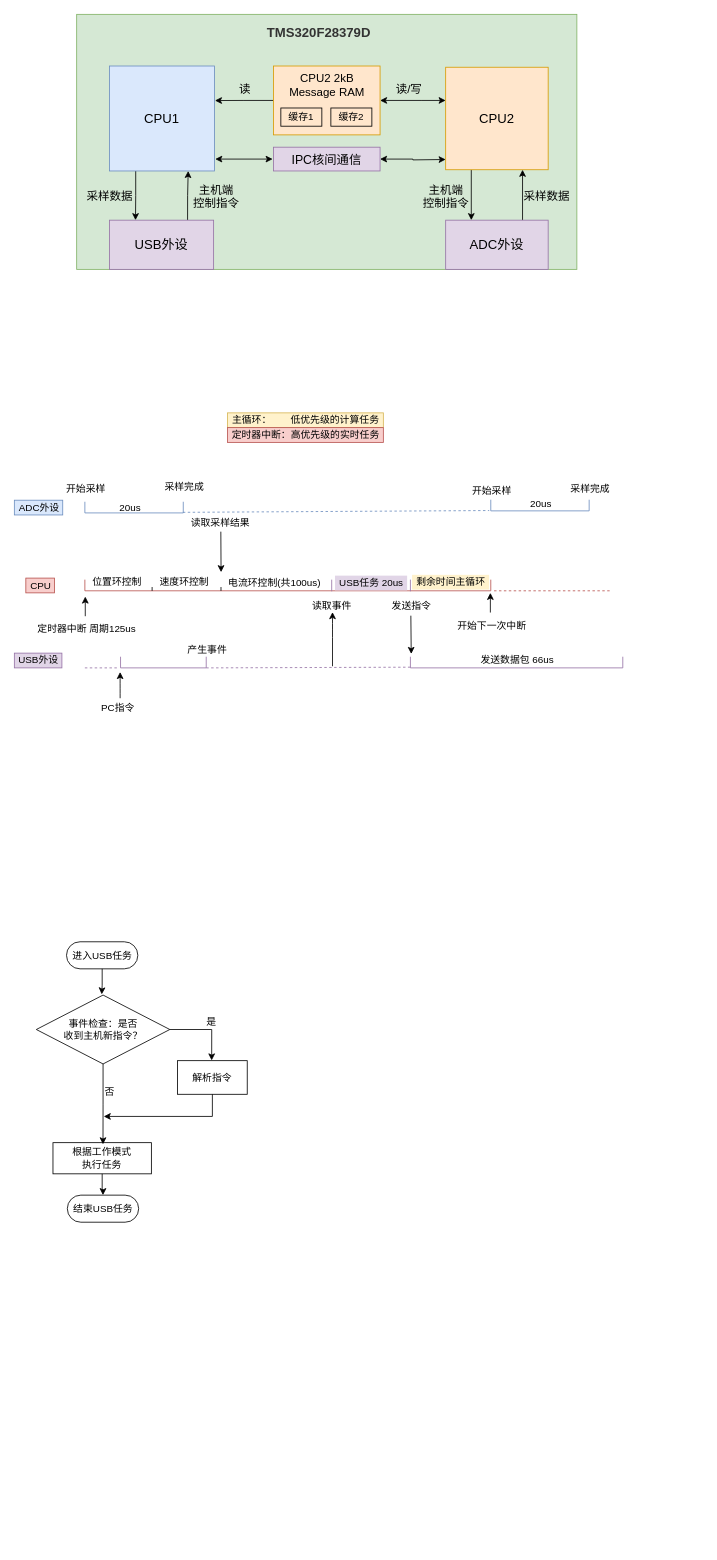
Before: page "DSP内部" (2 of 5) of Untitled Diagram.drawio in fuxinsen/test, a draw.io diagram. Source tidied: cells renumbered, new cells numbered last; positions are measured from the earlier drawing's top-left corner, leaving out a move shared by most shapes. Both pictures are drawn from the tidied source at 82%, with x=0, y=0 at pixel (14, 14).
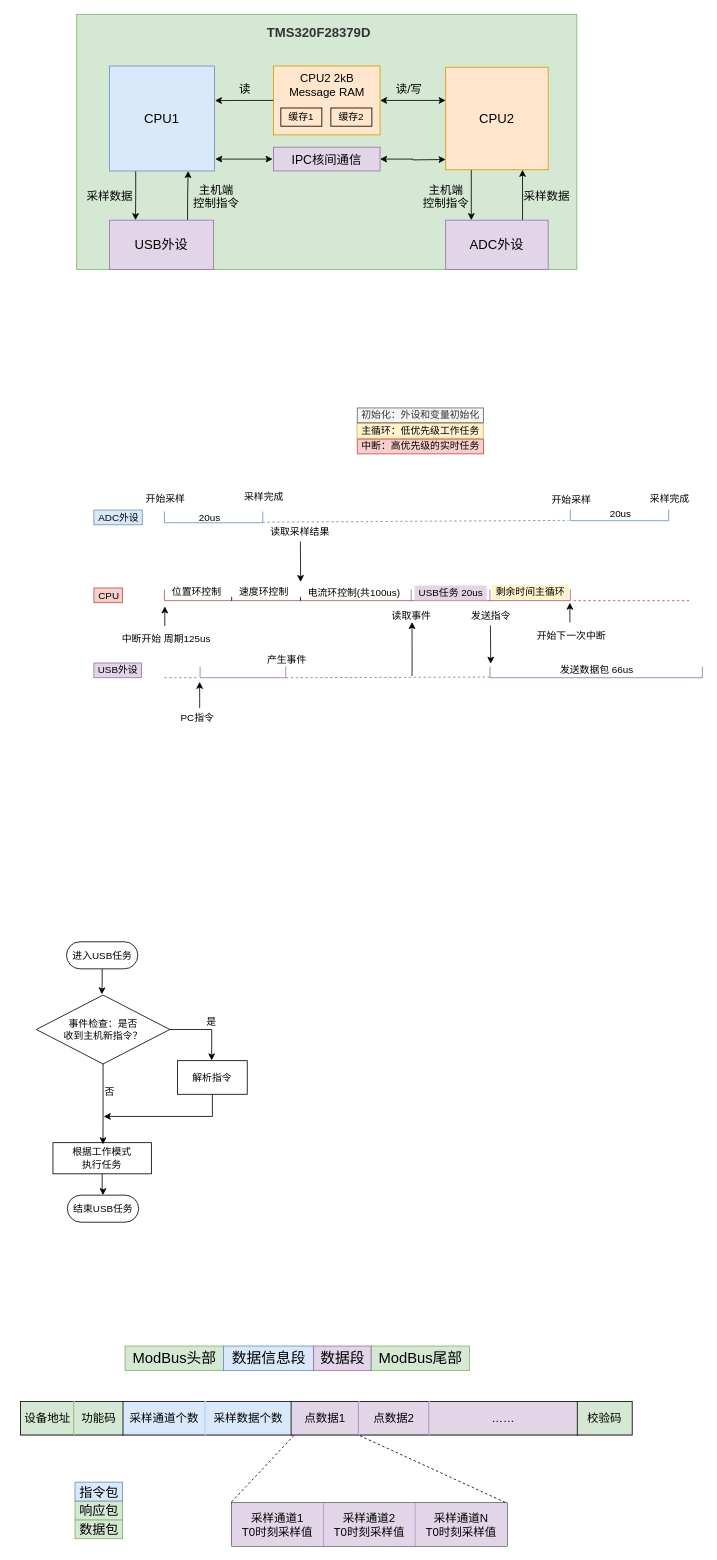
The same page after the edit.

The edit, as a diff of the source:
```diff
@@
     <mxCell id="27" style="shape=partialRectangle;whiteSpace=wrap;html=1;bottom=1;right=1;left=1;top=0;routingCenterX=-0.5;strokeColor=#6c8ebf;fillColor=none;" parent="1" vertex="1">
-      <mxGeometry x="86" y="595" width="120" height="13" as="geometry" />
+      <mxGeometry x="183" y="607" width="120" height="13" as="geometry" />
     </mxCell>
     <mxCell id="28" style="shape=partialRectangle;whiteSpace=wrap;html=1;bottom=1;right=1;left=1;top=0;routingCenterX=-0.5;strokeColor=#b85450;fillColor=none;" parent="1" vertex="1">
-      <mxGeometry x="86" y="690" width="495" height="13" as="geometry" />
+      <mxGeometry x="183" y="702" width="495" height="13" as="geometry" />
     </mxCell>
     <mxCell id="29" style="shape=partialRectangle;whiteSpace=wrap;html=1;bottom=1;right=1;left=1;top=0;routingCenterX=-0.5;strokeColor=#9673a6;fillColor=none;" parent="1" vertex="1">
-      <mxGeometry x="483" y="784" width="259" height="13" as="geometry" />
+      <mxGeometry x="580" y="796" width="259" height="13" as="geometry" />
     </mxCell>
     <mxCell id="30" style="shape=partialRectangle;whiteSpace=wrap;html=1;bottom=0;top=0;strokeColor=#9673a6;fillColor=none;" parent="1" vertex="1">
-      <mxGeometry x="387" y="690" width="96" height="13" as="geometry" />
+      <mxGeometry x="484" y="702" width="96" height="13" as="geometry" />
     </mxCell>
     <mxCell id="31" value="ADC外设" style="text;html=1;align=center;verticalAlign=middle;strokeColor=#6c8ebf;fillColor=#dae8fc;" parent="1" vertex="1">
-      <mxGeometry y="592.5" width="59" height="18" as="geometry" />
+      <mxGeometry x="97" y="604.5" width="59" height="18" as="geometry" />
     </mxCell>
     <mxCell id="32" value="CPU" style="text;html=1;align=center;verticalAlign=middle;strokeColor=#b85450;fillColor=#f8cecc;" parent="1" vertex="1">
-      <mxGeometry x="14" y="687.5" width="35" height="18" as="geometry" />
+      <mxGeometry x="97" y="699.5" width="35" height="18" as="geometry" />
     </mxCell>
     <mxCell id="33" value="USB外设" style="text;html=1;align=center;verticalAlign=middle;strokeColor=#9673a6;fillColor=#e1d5e7;" parent="1" vertex="1">
-      <mxGeometry y="779" width="58" height="18" as="geometry" />
+      <mxGeometry x="97" y="791" width="58" height="18" as="geometry" />
     </mxCell>
     <mxCell id="34" value="开始采样" style="text;html=1;align=center;verticalAlign=middle;" parent="1" vertex="1">
-      <mxGeometry x="58" y="570" width="58" height="18" as="geometry" />
+      <mxGeometry x="155" y="582" width="58" height="18" as="geometry" />
     </mxCell>
     <mxCell id="35" value="采样完成" style="text;html=1;align=center;verticalAlign=middle;strokeColor=none;" parent="1" vertex="1">
-      <mxGeometry x="178" y="568" width="58" height="18" as="geometry" />
+      <mxGeometry x="275" y="580" width="58" height="18" as="geometry" />
     </mxCell>
     <mxCell id="36" value="位置环控制" style="text;html=1;align=center;verticalAlign=middle;strokeColor=none;" parent="1" vertex="1">
-      <mxGeometry x="90" y="683.5" width="70" height="18" as="geometry" />
+      <mxGeometry x="187" y="695.5" width="70" height="18" as="geometry" />
     </mxCell>
     <mxCell id="37" value="USB任务 20us" style="text;html=1;align=center;verticalAlign=middle;fillColor=#e1d5e7;" parent="1" vertex="1">
-      <mxGeometry x="391" y="684.5" width="88" height="18" as="geometry" />
+      <mxGeometry x="488" y="696.5" width="88" height="18" as="geometry" />
     </mxCell>
     <mxCell id="38" value="剩余时间主循环" style="text;html=1;align=center;verticalAlign=middle;fillColor=#fff2cc;" parent="1" vertex="1">
-      <mxGeometry x="485" y="683.5" width="94" height="18" as="geometry" />
+      <mxGeometry x="582" y="695.5" width="94" height="18" as="geometry" />
     </mxCell>
     <mxCell id="39" style="shape=partialRectangle;whiteSpace=wrap;html=1;bottom=1;right=1;left=1;top=0;routingCenterX=-0.5;strokeColor=#6c8ebf;fillColor=none;" parent="1" vertex="1">
-      <mxGeometry x="581" y="592.5" width="120" height="13" as="geometry" />
+      <mxGeometry x="678" y="604.5" width="120" height="13" as="geometry" />
     </mxCell>
     <mxCell id="40" value="采样完成" style="text;html=1;align=center;verticalAlign=middle;strokeColor=none;" parent="1" vertex="1">
-      <mxGeometry x="673" y="570" width="58" height="18" as="geometry" />
+      <mxGeometry x="770" y="582" width="58" height="18" as="geometry" />
     </mxCell>
     <mxCell id="41" value="开始采样" style="text;html=1;align=center;verticalAlign=middle;" parent="1" vertex="1">
-      <mxGeometry x="553" y="572" width="58" height="18" as="geometry" />
+      <mxGeometry x="650" y="584" width="58" height="18" as="geometry" />
     </mxCell>
     <mxCell id="42" style="endArrow=none;dashed=1;html=1;exitX=0.996;exitY=1.026;exitDx=0;exitDy=0;exitPerimeter=0;entryX=-0.016;entryY=0.97;entryDx=0;entryDy=0;entryPerimeter=0;fillColor=#dae8fc;strokeColor=#6c8ebf;" parent="1" edge="1" target="39">
       <mxGeometry relative="1" as="geometry">
-        <mxPoint x="205.5" y="607.3" as="sourcePoint" />
+        <mxPoint x="302.5" y="619.3" as="sourcePoint" />
       </mxGeometry>
     </mxCell>
     <mxCell id="43" value="20us" style="text;html=1;align=center;verticalAlign=middle;strokeColor=none;" parent="1" vertex="1">
-      <mxGeometry x="123" y="592.5" width="36" height="18" as="geometry" />
+      <mxGeometry x="220" y="604.5" width="36" height="18" as="geometry" />
     </mxCell>
     <mxCell id="44" style="endArrow=classic;html=1;entryX=0.465;entryY=-0.097;entryDx=0;entryDy=0;entryPerimeter=0;exitX=0.51;exitY=1.132;exitDx=0;exitDy=0;exitPerimeter=0;" parent="1" edge="1" source="45">
       <mxGeometry relative="1" as="geometry">
-        <mxPoint x="252.1" y="680.3" as="targetPoint" />
+        <mxPoint x="349.1" y="692.3" as="targetPoint" />
       </mxGeometry>
     </mxCell>
     <mxCell id="45" value="读取采样结果" style="text;html=1;align=center;verticalAlign=middle;points=[];strokeColor=none;" parent="1" vertex="1">
-      <mxGeometry x="210" y="610.5" width="82" height="18" as="geometry" />
+      <mxGeometry x="307" y="622.5" width="82" height="18" as="geometry" />
     </mxCell>
     <mxCell id="46" value="20us" style="text;html=1;align=center;verticalAlign=middle;strokeColor=none;" parent="1" vertex="1">
-      <mxGeometry x="624" y="587.5" width="36" height="18" as="geometry" />
+      <mxGeometry x="721" y="599.5" width="36" height="18" as="geometry" />
     </mxCell>
     <mxCell id="47" value="发送数据包 66us" style="text;html=1;align=center;verticalAlign=middle;strokeColor=none;" parent="1" vertex="1">
-      <mxGeometry x="562.5" y="779" width="100" height="18" as="geometry" />
+      <mxGeometry x="659.5" y="791" width="100" height="18" as="geometry" />
     </mxCell>
     <mxCell id="48" style="shape=partialRectangle;whiteSpace=wrap;html=1;bottom=1;right=1;left=1;top=0;routingCenterX=-0.5;strokeColor=#9673a6;fillColor=none;" parent="1" vertex="1">
-      <mxGeometry x="129.5" y="784" width="104.5" height="13" as="geometry" />
+      <mxGeometry x="226.5" y="796" width="104.5" height="13" as="geometry" />
     </mxCell>
     <mxCell id="49" style="endArrow=classic;html=1;exitX=0.492;exitY=1.129;exitDx=0;exitDy=0;exitPerimeter=0;" parent="1" edge="1" source="58">
       <mxGeometry relative="1" as="geometry">
-        <mxPoint x="484" y="780" as="targetPoint" />
+        <mxPoint x="581" y="792" as="targetPoint" />
       </mxGeometry>
     </mxCell>
-    <mxCell id="50" value="主循环：&amp;nbsp; &amp;nbsp; &amp;nbsp; &amp;nbsp;低优先级的计算任务" style="text;html=1;align=center;verticalAlign=middle;strokeColor=#d6b656;fillColor=#fff2cc;" parent="1" vertex="1">
-      <mxGeometry x="260" y="486" width="190" height="18" as="geometry" />
+    <mxCell id="50" value="主循环：低优先级工作任务" style="text;html=1;align=center;verticalAlign=middle;strokeColor=#d6b656;fillColor=#fff2cc;" parent="1" vertex="1">
+      <mxGeometry x="417.8" y="499" width="154" height="18" as="geometry" />
     </mxCell>
-    <mxCell id="51" value="定时器中断：高优先级的实时任务" style="text;html=1;align=center;verticalAlign=middle;strokeColor=#b85450;fillColor=#f8cecc;" parent="1" vertex="1">
-      <mxGeometry x="260" y="504" width="190" height="18" as="geometry" />
+    <mxCell id="51" value="中断：高优先级的实时任务" style="text;html=1;align=center;verticalAlign=middle;strokeColor=#b85450;fillColor=#f8cecc;" parent="1" vertex="1">
+      <mxGeometry x="418.2" y="518" width="154" height="18" as="geometry" />
     </mxCell>
     <mxCell id="52" style="endArrow=classic;html=1;entryX=-0.005;entryY=1.385;entryDx=0;entryDy=0;entryPerimeter=0;" parent="1" edge="1" target="48">
       <mxGeometry relative="1" as="geometry">
-        <mxPoint x="129" y="834" as="sourcePoint" />
+        <mxPoint x="226" y="846" as="sourcePoint" />
         <Array as="points">
-          <mxPoint x="129" y="823" />
+          <mxPoint x="226" y="835" />
         </Array>
       </mxGeometry>
     </mxCell>
     <mxCell id="53" value="PC指令" style="text;html=1;align=center;verticalAlign=middle;strokeColor=none;" parent="1" vertex="1">
-      <mxGeometry x="101" y="837" width="50" height="18" as="geometry" />
+      <mxGeometry x="198" y="849" width="50" height="18" as="geometry" />
     </mxCell>
     <mxCell id="54" value="产生事件" style="text;html=1;align=center;verticalAlign=middle;strokeColor=none;" parent="1" vertex="1">
-      <mxGeometry x="206" y="766" width="58" height="18" as="geometry" />
+      <mxGeometry x="303" y="778" width="58" height="18" as="geometry" />
     </mxCell>
     <mxCell id="55" style="endArrow=none;dashed=1;html=1;fillColor=#e1d5e7;strokeColor=#9673a6;entryX=0.002;entryY=0.934;entryDx=0;entryDy=0;entryPerimeter=0;" parent="1" edge="1" target="29">
       <mxGeometry relative="1" as="geometry">
-        <mxPoint x="234" y="797" as="sourcePoint" />
+        <mxPoint x="331" y="809" as="sourcePoint" />
       </mxGeometry>
     </mxCell>
     <mxCell id="56" style="endArrow=classic;html=1;entryX=-0.005;entryY=1.385;entryDx=0;entryDy=0;entryPerimeter=0;" parent="1" edge="1">
       <mxGeometry relative="1" as="geometry">
-        <mxPoint x="388" y="795" as="sourcePoint" />
-        <mxPoint x="388" y="729" as="targetPoint" />
+        <mxPoint x="485" y="807" as="sourcePoint" />
+        <mxPoint x="485" y="741" as="targetPoint" />
         <Array as="points">
-          <mxPoint x="388" y="750" />
+          <mxPoint x="485" y="762" />
         </Array>
       </mxGeometry>
     </mxCell>
     <mxCell id="57" value="读取事件" style="text;html=1;align=center;verticalAlign=middle;strokeColor=none;" parent="1" vertex="1">
-      <mxGeometry x="358" y="713" width="58" height="18" as="geometry" />
+      <mxGeometry x="455" y="725" width="58" height="18" as="geometry" />
     </mxCell>
     <mxCell id="58" value="发送指令" style="text;html=1;align=center;verticalAlign=middle;points=[];strokeColor=none;" parent="1" vertex="1">
-      <mxGeometry x="455" y="713" width="58" height="18" as="geometry" />
+      <mxGeometry x="552" y="725" width="58" height="18" as="geometry" />
     </mxCell>
     <mxCell id="59" style="endArrow=classic;html=1;" parent="1" edge="1">
       <mxGeometry relative="1" as="geometry">
-        <mxPoint x="86.5" y="734" as="sourcePoint" />
-        <mxPoint x="86.5" y="710" as="targetPoint" />
+        <mxPoint x="183.5" y="746" as="sourcePoint" />
+        <mxPoint x="183.5" y="722" as="targetPoint" />
       </mxGeometry>
     </mxCell>
-    <mxCell id="60" value="定时器中断 周期125us" style="text;html=1;align=center;verticalAlign=middle;strokeColor=none;" parent="1" vertex="1">
-      <mxGeometry x="23" y="741" width="130" height="18" as="geometry" />
+    <mxCell id="60" value="中断开始 周期125us" style="text;html=1;align=center;verticalAlign=middle;strokeColor=none;" parent="1" vertex="1">
+      <mxGeometry x="126" y="753" width="118" height="18" as="geometry" />
     </mxCell>
     <mxCell id="61" style="endArrow=none;dashed=1;html=1;fillColor=#f8cecc;strokeColor=#b85450;" parent="1" edge="1">
       <mxGeometry relative="1" as="geometry">
-        <mxPoint x="585" y="703" as="sourcePoint" />
-        <mxPoint x="727" y="703" as="targetPoint" />
+        <mxPoint x="682" y="715" as="sourcePoint" />
+        <mxPoint x="824" y="715" as="targetPoint" />
       </mxGeometry>
     </mxCell>
     <mxCell id="62" value="开始下一次中断" style="text;html=1;align=center;verticalAlign=middle;strokeColor=none;" parent="1" vertex="1">
-      <mxGeometry x="535" y="736.5" width="94" height="18" as="geometry" />
+      <mxGeometry x="632" y="748.5" width="94" height="18" as="geometry" />
     </mxCell>
     <mxCell id="63" style="endArrow=classic;html=1;" parent="1" edge="1">
       <mxGeometry relative="1" as="geometry">
-        <mxPoint x="580.5" y="729.5" as="sourcePoint" />
-        <mxPoint x="580.5" y="705.5" as="targetPoint" />
+        <mxPoint x="677.5" y="741.5" as="sourcePoint" />
+        <mxPoint x="677.5" y="717.5" as="targetPoint" />
       </mxGeometry>
     </mxCell>
     <mxCell id="64" value="速度环控制" style="text;html=1;align=center;verticalAlign=middle;strokeColor=none;" parent="1" vertex="1">
-      <mxGeometry x="172" y="683.5" width="70" height="18" as="geometry" />
+      <mxGeometry x="269" y="695.5" width="70" height="18" as="geometry" />
     </mxCell>
     <mxCell id="65" value="电流环控制(共100us)" style="text;html=1;align=center;verticalAlign=middle;strokeColor=none;" parent="1" vertex="1">
-      <mxGeometry x="255" y="684.5" width="123" height="18" as="geometry" />
+      <mxGeometry x="352" y="696.5" width="123" height="18" as="geometry" />
     </mxCell>
     <mxCell id="66" style="shape=partialRectangle;whiteSpace=wrap;html=1;bottom=0;top=0;fillColor=none;strokeColor=#000000;" parent="1" vertex="1">
-      <mxGeometry x="168" y="699" width="84" height="3.5" as="geometry" />
+      <mxGeometry x="265" y="711" width="84" height="3.5" as="geometry" />
     </mxCell>
     <mxCell id="67" style="endArrow=none;dashed=1;html=1;fillColor=#e1d5e7;strokeColor=#9673a6;" parent="1" edge="1">
       <mxGeometry relative="1" as="geometry">
-        <mxPoint x="86" y="797" as="sourcePoint" />
-        <mxPoint x="128" y="797" as="targetPoint" />
+        <mxPoint x="183" y="809" as="sourcePoint" />
+        <mxPoint x="225" y="809" as="targetPoint" />
       </mxGeometry>
     </mxCell>
@@
+    <mxCell id="80" value="初始化：外设和变量初始化" style="text;html=1;align=center;verticalAlign=middle;strokeColor=#666666;fillColor=#f5f5f5;fontColor=#333333;" parent="1" vertex="1">
+      <mxGeometry x="418.2" y="480" width="154" height="18" as="geometry" />
+    </mxCell>
+    <mxCell id="81" style="shape=table;html=1;whiteSpace=wrap;startSize=0;childLayout=tableLayout;strokeWidth=2;perimeterSpacing=1;fontSize=14;" parent="1" vertex="1">
+      <mxGeometry x="8" y="1692" width="745" height="40" as="geometry" />
+    </mxCell>
+    <mxCell id="82" style="shape=partialRectangle;html=1;whiteSpace=wrap;fillColor=none;top=0;left=0;bottom=0;right=0;points=[[0,0.5],[1,0.5]];portConstraint=eastwest;fontSize=14;" parent="81" vertex="1">
+      <mxGeometry width="745" height="40" as="geometry" />
+    </mxCell>
+    <mxCell id="83" value="设备地址" style="shape=partialRectangle;html=1;whiteSpace=wrap;overflow=hidden;fillColor=#d5e8d4;top=0;left=0;bottom=0;right=1;strokeColor=#82b366;perimeterSpacing=1;strokeWidth=2;fontSize=14;" parent="82" vertex="1">
+      <mxGeometry width="65" height="40" as="geometry" />
+    </mxCell>
+    <mxCell id="84" value="功能码" style="shape=partialRectangle;html=1;whiteSpace=wrap;overflow=hidden;fillColor=#d5e8d4;top=0;left=0;bottom=0;right=1;strokeWidth=2;fontSize=14;" parent="82" vertex="1">
+      <mxGeometry x="65" width="60" height="40" as="geometry" />
+    </mxCell>
+    <mxCell id="85" value="采样通道个数" style="shape=partialRectangle;html=1;whiteSpace=wrap;overflow=hidden;fillColor=#dae8fc;top=0;left=0;bottom=0;right=1;strokeWidth=2;fontSize=14;strokeColor=#A9C4EB;" parent="82" vertex="1">
+      <mxGeometry x="125" width="100" height="40" as="geometry" />
+    </mxCell>
+    <mxCell id="86" value="采样数据个数" style="shape=partialRectangle;html=1;whiteSpace=wrap;overflow=hidden;fillColor=#dae8fc;top=0;left=0;bottom=0;right=1;strokeWidth=2;fontSize=14;" parent="82" vertex="1">
+      <mxGeometry x="225" width="105" height="40" as="geometry" />
+    </mxCell>
+    <mxCell id="87" value="点数据1" style="shape=partialRectangle;html=1;whiteSpace=wrap;overflow=hidden;fillColor=#e1d5e7;top=0;left=0;bottom=0;right=1;strokeWidth=2;perimeterSpacing=0;shadow=0;fontSize=14;strokeColor=#A680B8;" parent="82" vertex="1">
+      <mxGeometry x="330" width="82" height="40" as="geometry" />
+    </mxCell>
+    <mxCell id="88" value="点数据2" style="shape=partialRectangle;html=1;whiteSpace=wrap;overflow=hidden;fillColor=#e1d5e7;top=0;left=0;bottom=0;right=1;strokeWidth=2;fontSize=14;strokeColor=#A680B8;" parent="82" vertex="1">
+      <mxGeometry x="412" width="86" height="40" as="geometry" />
+    </mxCell>
+    <mxCell id="89" value="……" style="shape=partialRectangle;html=1;whiteSpace=wrap;overflow=hidden;fillColor=#e1d5e7;top=0;left=0;bottom=0;right=1;strokeWidth=2;noLabel=0;fontSize=14;" parent="82" vertex="1">
+      <mxGeometry x="498" width="181" height="40" as="geometry" />
+    </mxCell>
+    <mxCell id="90" value="校验码" style="shape=partialRectangle;html=1;whiteSpace=wrap;overflow=hidden;fillColor=#d5e8d4;top=0;left=0;bottom=0;right=0;strokeColor=#82b366;strokeWidth=2;fontSize=14;" parent="82" vertex="1">
+      <mxGeometry x="679" width="66" height="40" as="geometry" />
+    </mxCell>
+    <mxCell id="91" value="ModBus头部" style="text;html=1;align=center;verticalAlign=middle;fillColor=#d5e8d4;fontSize=18;strokeColor=#82b366;" parent="1" vertex="1">
+      <mxGeometry x="135" y="1624" width="120" height="30" as="geometry" />
+    </mxCell>
+    <mxCell id="92" value="数据信息段" style="text;html=1;align=center;verticalAlign=middle;fillColor=#dae8fc;fontSize=18;strokeColor=#6c8ebf;" parent="1" vertex="1">
+      <mxGeometry x="255" y="1624" width="110" height="30" as="geometry" />
+    </mxCell>
+    <mxCell id="93" value="ModBus尾部" style="text;html=1;align=center;verticalAlign=middle;fillColor=#d5e8d4;fontSize=18;strokeColor=#82b366;" parent="1" vertex="1">
+      <mxGeometry x="435" y="1624" width="120" height="30" as="geometry" />
+    </mxCell>
+    <mxCell id="94" value="数据段" style="text;html=1;align=center;verticalAlign=middle;fillColor=#e1d5e7;fontSize=18;strokeColor=#9673a6;" parent="1" vertex="1">
+      <mxGeometry x="365" y="1624" width="70" height="30" as="geometry" />
+    </mxCell>
+    <mxCell id="95" style="shape=table;html=1;whiteSpace=wrap;startSize=0;childLayout=tableLayout;perimeterSpacing=1;strokeWidth=1;fontSize=14;" parent="1" vertex="1">
+      <mxGeometry x="265" y="1815" width="336" height="53" as="geometry" />
+    </mxCell>
+    <mxCell id="96" style="shape=partialRectangle;html=1;whiteSpace=wrap;fillColor=none;top=0;left=0;bottom=0;right=0;points=[[0,0.5],[1,0.5]];portConstraint=eastwest;fontSize=14;" parent="95" vertex="1">
+      <mxGeometry width="336" height="53" as="geometry" />
+    </mxCell>
+    <mxCell id="97" value="采样通道1&lt;br style=&quot;font-size: 14px;&quot;&gt;T0时刻采样值" style="shape=partialRectangle;html=1;whiteSpace=wrap;overflow=hidden;fillColor=#e1d5e7;top=0;left=0;bottom=0;right=1;strokeColor=#9673a6;fontSize=14;" parent="96" vertex="1">
+      <mxGeometry width="112" height="53" as="geometry" />
+    </mxCell>
+    <mxCell id="98" value="采样通道2&lt;br style=&quot;font-size: 14px;&quot;&gt;T0时刻采样值" style="shape=partialRectangle;html=1;whiteSpace=wrap;overflow=hidden;fillColor=#e1d5e7;top=0;left=0;bottom=0;right=1;strokeColor=#9673a6;fontSize=14;" parent="96" vertex="1">
+      <mxGeometry x="112" width="112" height="53" as="geometry" />
+    </mxCell>
+    <mxCell id="99" value="&lt;span style=&quot;font-size: 14px;&quot;&gt;采样通道N&lt;br style=&quot;font-size: 14px;&quot;&gt;T0时刻采样值&lt;/span&gt;" style="shape=partialRectangle;html=1;whiteSpace=wrap;overflow=hidden;fillColor=#e1d5e7;top=0;left=0;bottom=0;right=0;strokeColor=#9673a6;fontSize=14;" parent="96" vertex="1">
+      <mxGeometry x="224" width="112" height="53" as="geometry" />
+    </mxCell>
+    <mxCell id="100" value="数据包" style="text;html=1;align=center;verticalAlign=middle;strokeColor=#82b366;fontSize=16;fillColor=#d5e8d4;" parent="1" vertex="1">
+      <mxGeometry x="74" y="1836" width="58" height="23" as="geometry" />
+    </mxCell>
+    <mxCell id="101" value="响应包" style="text;html=1;align=center;verticalAlign=middle;strokeColor=#82b366;fontSize=16;fillColor=#d5e8d4;" parent="1" vertex="1">
+      <mxGeometry x="74" y="1813" width="58" height="23" as="geometry" />
+    </mxCell>
+    <mxCell id="102" value="指令包" style="text;html=1;align=center;verticalAlign=middle;strokeColor=#6c8ebf;fontSize=16;fillColor=#dae8fc;" parent="1" vertex="1">
+      <mxGeometry x="74" y="1790" width="58" height="23" as="geometry" />
+    </mxCell>
+    <mxCell id="103" style="endArrow=none;dashed=1;html=1;" parent="1" edge="1">
+      <mxGeometry relative="1" as="geometry">
+        <mxPoint x="265" y="1814" as="sourcePoint" />
+        <mxPoint x="341" y="1733" as="targetPoint" />
+      </mxGeometry>
+    </mxCell>
+    <mxCell id="104" style="endArrow=none;dashed=1;html=1;exitX=0.993;exitY=-0.006;exitDx=0;exitDy=0;exitPerimeter=0;entryX=0.552;entryY=1.01;entryDx=0;entryDy=0;entryPerimeter=0;" parent="1" edge="1" source="96" target="82">
+      <mxGeometry relative="1" as="geometry" />
+    </mxCell>
```
